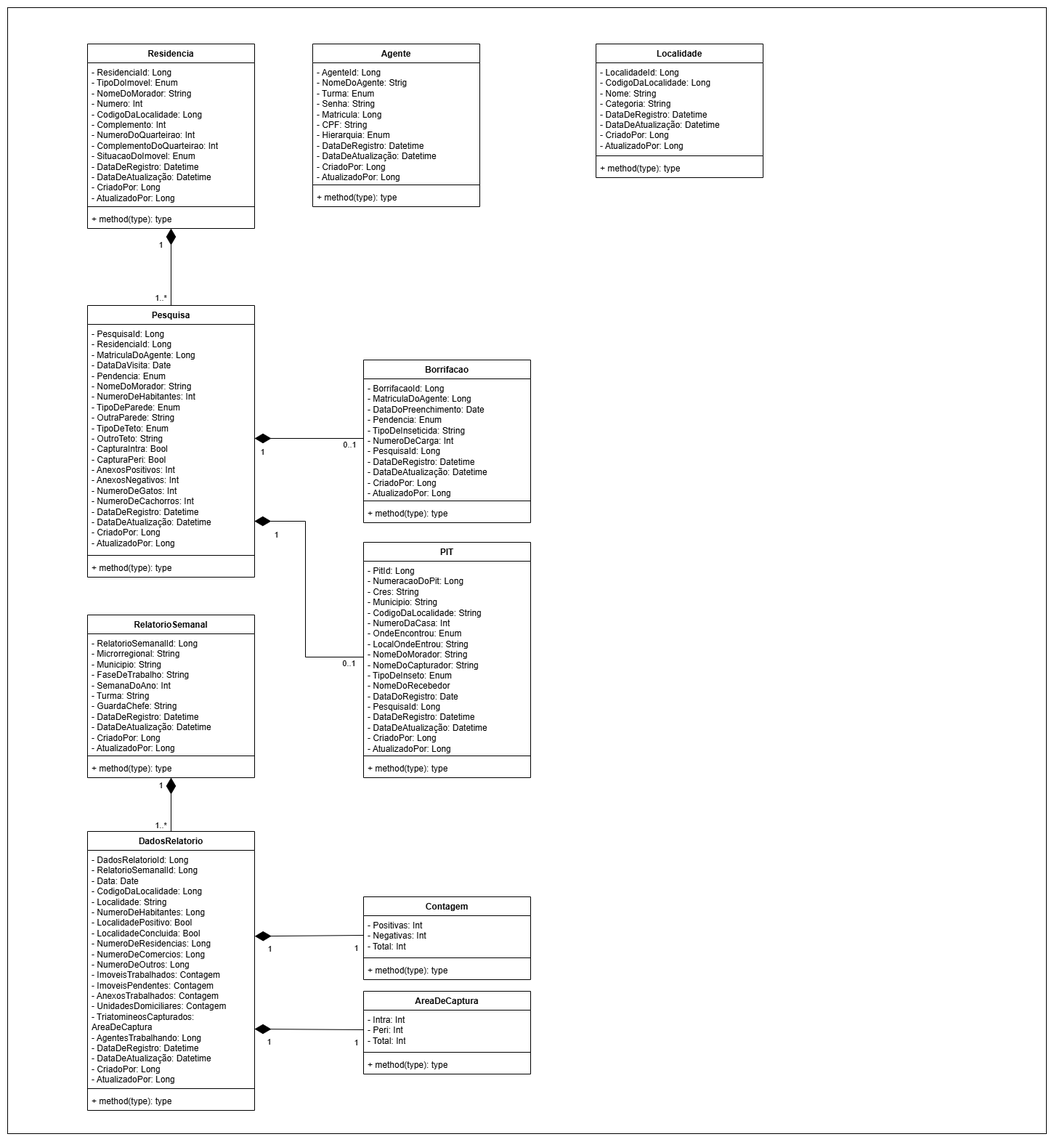
Earlier version of the draw.io export Diagrama de classes.png (Fconeto/P.I-3). Source tidied: cells renumbered, new cells last; positions are measured from the earlier drawing's top-left corner, leaving out a move shared by most shapes.
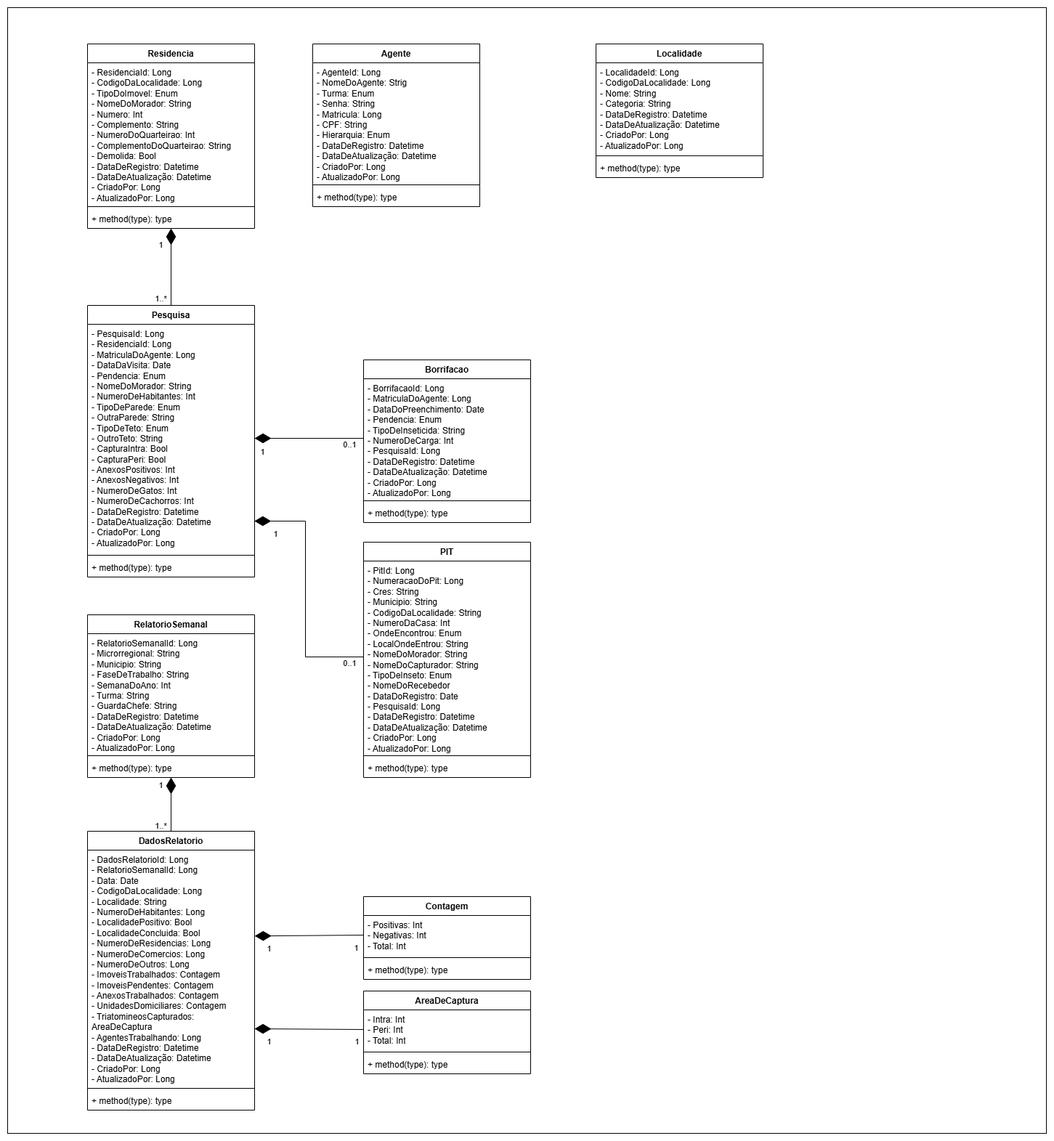
The same diagram one commit later.

What changed in the source:
```diff
@@ -8,7 +8,7 @@
     <mxCell id="3" value="Residencia" style="swimlane;fontStyle=1;align=center;verticalAlign=top;horizontal=1;startSize=26;whiteSpace=wrap;html=1;" parent="1" vertex="1">
       <mxGeometry x="110" y="50" width="230" height="254" as="geometry" />
     </mxCell>
-    <mxCell id="4" value="&lt;div&gt;- ResidenciaId: Long&lt;/div&gt;- TipoDoImovel: Enum&lt;div&gt;- NomeDoMorador: String&lt;/div&gt;&lt;div&gt;- Numero: Int&lt;/div&gt;&lt;div&gt;- CodigoDaLocalidade: Long&lt;/div&gt;&lt;div&gt;- Complemento: Int&lt;/div&gt;&lt;div&gt;- NumeroDoQuarteirao:&amp;nbsp;&lt;span style=&quot;background-color: transparent; color: light-dark(rgb(0, 0, 0), rgb(255, 255, 255));&quot;&gt;Int&lt;/span&gt;&lt;/div&gt;&lt;div&gt;- ComplementoDoQuarteirao:&amp;nbsp;&lt;span style=&quot;background-color: transparent; color: light-dark(rgb(0, 0, 0), rgb(255, 255, 255));&quot;&gt;Int&lt;/span&gt;&lt;/div&gt;&lt;div&gt;- SituacaoDoImovel: Enum&lt;/div&gt;&lt;div&gt;- DataDeRegistro: Datetime&lt;/div&gt;&lt;div&gt;- DataDeAtualização: Datetime&lt;/div&gt;&lt;div&gt;- CriadoPor: Long&lt;/div&gt;&lt;div&gt;- AtualizadoPor: Long&lt;/div&gt;" style="text;strokeColor=none;fillColor=none;align=left;verticalAlign=top;spacingLeft=4;spacingRight=4;overflow=hidden;whiteSpace=wrap;html=1;" parent="3" vertex="1">
+    <mxCell id="4" value="&lt;div&gt;- ResidenciaId: Long&lt;/div&gt;&lt;div&gt;- CodigoDaLocalidade: Long&lt;/div&gt;- TipoDoImovel: Enum&lt;div&gt;- NomeDoMorador: String&lt;/div&gt;&lt;div&gt;- Numero: Int&lt;/div&gt;&lt;div&gt;- Complemento: String&lt;/div&gt;&lt;div&gt;- NumeroDoQuarteirao:&amp;nbsp;&lt;span style=&quot;background-color: transparent; color: light-dark(rgb(0, 0, 0), rgb(255, 255, 255));&quot;&gt;Int&lt;/span&gt;&lt;/div&gt;&lt;div&gt;- ComplementoDoQuarteirao: String&lt;/div&gt;&lt;div&gt;- Demolida: Bool&lt;/div&gt;&lt;div&gt;- DataDeRegistro: Datetime&lt;/div&gt;&lt;div&gt;- DataDeAtualização: Datetime&lt;/div&gt;&lt;div&gt;- CriadoPor: Long&lt;/div&gt;&lt;div&gt;- AtualizadoPor: Long&lt;/div&gt;" style="text;strokeColor=none;fillColor=none;align=left;verticalAlign=top;spacingLeft=4;spacingRight=4;overflow=hidden;whiteSpace=wrap;html=1;" parent="3" vertex="1">
       <mxGeometry y="26" width="230" height="194" as="geometry" />
     </mxCell>
     <mxCell id="5" style="line;strokeWidth=1;fillColor=none;align=left;verticalAlign=middle;spacingTop=-1;spacingLeft=3;spacingRight=3;labelPosition=right;strokeColor=inherit;" parent="3" vertex="1">
```
